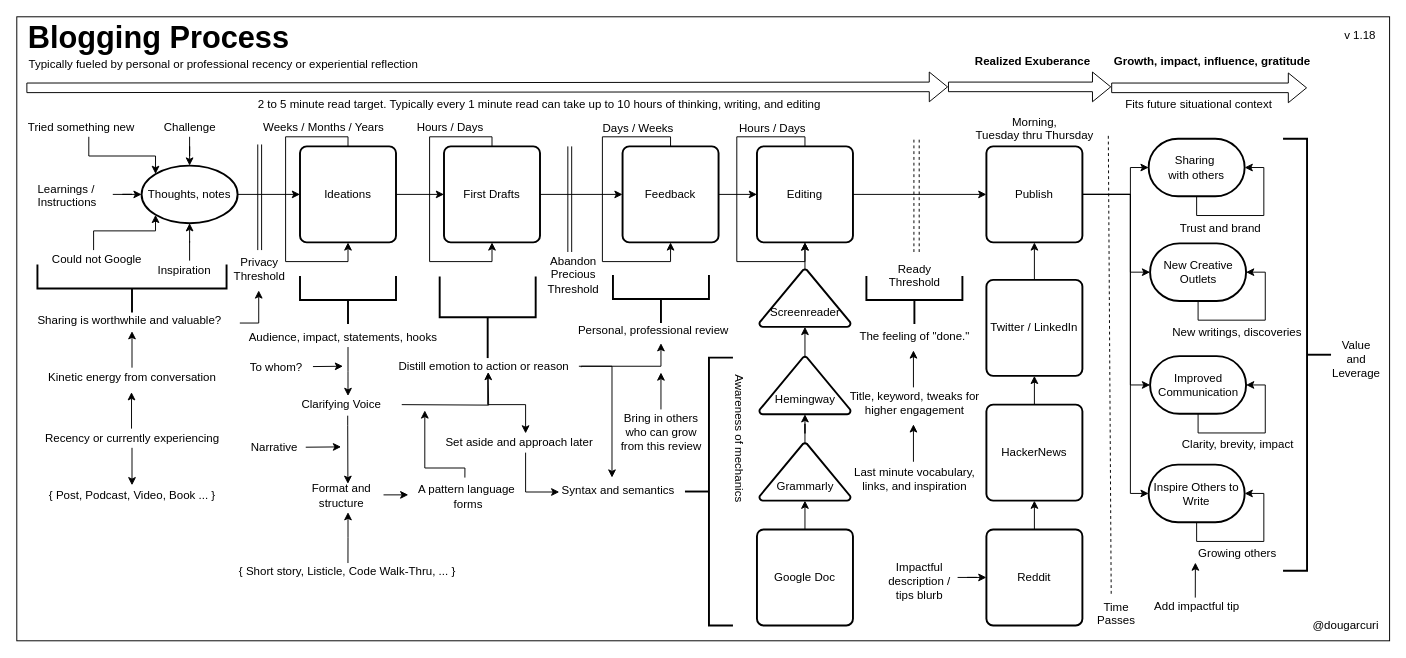
solidi/learning-notes keeps this draw.io diagram as mentoring/diagrams/blogging-process.drawio. Above is the earlier version. Source tidied: cells renumbered, new cells numbered last; positions are measured from the earlier drawing's top-left corner, leaving out a move shared by most shapes. Both pictures are drawn from the tidied source at 96%, with x=0, y=0 at pixel (16, 16).
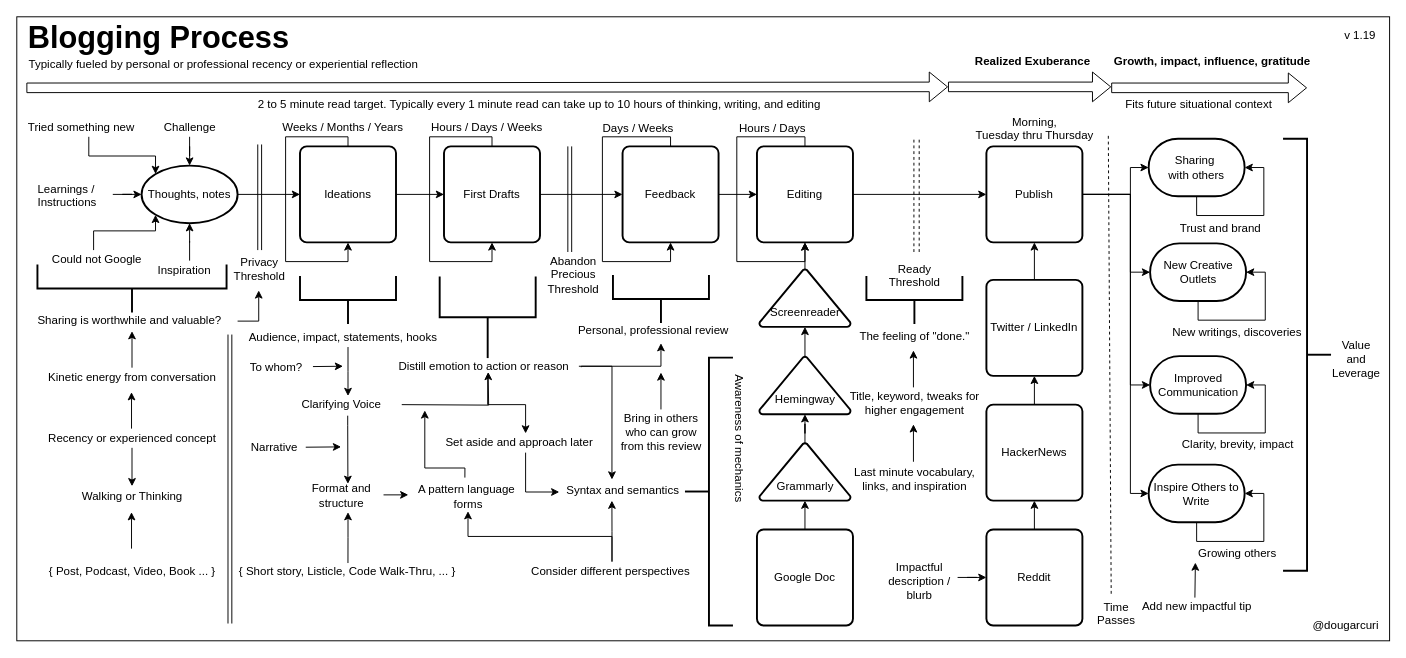
Above is the later version.

Commit message (it also covers changes not shown here):
Add perspective to the blogging dagram. Add walking, inspired by PG

The change refers to these unchanged cells:
```xml
<mxCell id="41" value="Distill emotion to action or reason" style="text;html=1;points=[];align=left;verticalAlign=top;spacingTop=-4;" parent="1" vertex="1">
  <mxGeometry x="395.5" y="354" width="190" height="20" as="geometry" />
</mxCell>
<mxCell id="90" value="Sharing is worthwhile and valuable?" style="text;html=1;points=[];align=left;verticalAlign=top;spacingTop=-4;" parent="1" vertex="1">
  <mxGeometry x="20" y="307" width="210" height="20" as="geometry" />
</mxCell>
<mxCell id="111" value="A pattern language&amp;nbsp;&lt;br&gt;forms" style="text;html=1;align=center;verticalAlign=middle;points=[];" parent="1" vertex="1">
  <mxGeometry x="410" y="485" width="120" height="30" as="geometry" />
</mxCell>
```

Change to the diagram source:
```diff
@@
     <mxCell id="9" value="Weeks / Months / Years" style="text;html=1;align=left;verticalAlign=top;spacingTop=-4;" parent="1" vertex="1">
-      <mxGeometry x="255" y="105" width="140" height="20" as="geometry" />
+      <mxGeometry x="275" y="105" width="140" height="20" as="geometry" />
     </mxCell>
-    <mxCell id="10" value="Hours / Days" style="text;html=1;align=left;verticalAlign=top;spacingTop=-4;" parent="1" vertex="1">
-      <mxGeometry x="415" y="105" width="80" height="20" as="geometry" />
+    <mxCell id="10" value="Hours / Days / Weeks" style="text;html=1;align=left;verticalAlign=top;spacingTop=-4;" parent="1" vertex="1">
+      <mxGeometry x="430" y="105" width="130" height="20" as="geometry" />
     </mxCell>
@@
-    <mxCell id="39" style="edgeStyle=orthogonalEdgeStyle;rounded=0;jettySize=auto;html=1;" parent="1" edge="1" source="41">
+    <mxCell id="39" style="edgeStyle=orthogonalEdgeStyle;rounded=0;jettySize=auto;html=1;entryX=0.415;entryY=-0.1;entryDx=0;entryDy=0;entryPerimeter=0;" parent="1" edge="1" source="41" target="52">
       <mxGeometry relative="1" as="geometry">
-        <mxPoint x="620" y="480" as="targetPoint" />
         <Array as="points">
           <mxPoint x="620" y="364" />
         </Array>
       </mxGeometry>
     </mxCell>
@@
-    <mxCell id="52" value="Syntax and semantics" style="text;html=1;points=[];align=left;verticalAlign=top;spacingTop=-4;" parent="1" vertex="1">
+    <mxCell id="52" value="Syntax and semantics" style="text;html=1;points=[];align=center;verticalAlign=top;spacingTop=-4;" parent="1" vertex="1">
       <mxGeometry x="566" y="484" width="130" height="20" as="geometry" />
     </mxCell>
@@
-    <mxCell id="89" style="edgeStyle=orthogonalEdgeStyle;rounded=0;jettySize=auto;html=1;entryX=0.5;entryY=1;entryDx=0;entryDy=0;entryPerimeter=0;exitX=1.011;exitY=0.6;exitDx=0;exitDy=0;exitPerimeter=0;" parent="1" edge="1" source="90">
+    <mxCell id="89" style="edgeStyle=orthogonalEdgeStyle;rounded=0;jettySize=auto;html=1;entryX=0.5;entryY=1;entryDx=0;entryDy=0;entryPerimeter=0;" parent="1" edge="1" source="90">
       <mxGeometry relative="1" as="geometry">
         <mxPoint x="252" y="285" as="targetPoint" />
+        <Array as="points">
+          <mxPoint x="252" y="317" />
+        </Array>
       </mxGeometry>
     </mxCell>
@@
-    <mxCell id="121" value="v 1.18" style="text;html=1;align=center;verticalAlign=middle;" parent="1" vertex="1">
+    <mxCell id="121" value="v 1.19" style="text;html=1;align=center;verticalAlign=middle;" parent="1" vertex="1">
       <mxGeometry x="1374" y="10" width="50" height="20" as="geometry" />
     </mxCell>
@@
-    <mxCell id="124" value="Recency or currently experiencing" style="text;html=1;points=[];align=center;verticalAlign=top;spacingTop=-4;" parent="1" vertex="1">
-      <mxGeometry x="20" y="429" width="200" height="20" as="geometry" />
+    <mxCell id="124" value="Recency or experienced concept" style="text;html=1;points=[];align=center;verticalAlign=top;spacingTop=-4;" parent="1" vertex="1">
+      <mxGeometry x="25" y="429" width="190" height="20" as="geometry" />
     </mxCell>
@@
-    <mxCell id="126" value="Add impactful tip" style="text;html=1;points=[];align=center;verticalAlign=top;spacingTop=-4;" parent="1" vertex="1">
-      <mxGeometry x="1179" y="604" width="100" height="20" as="geometry" />
+    <mxCell id="126" value="Add new impactful tip" style="text;html=1;points=[];align=center;verticalAlign=top;spacingTop=-4;" parent="1" vertex="1">
+      <mxGeometry x="1164" y="604" width="130" height="20" as="geometry" />
     </mxCell>
@@
-    <mxCell id="129" value="Impactful &lt;br&gt;description /&lt;br&gt;tips blurb" style="text;html=1;points=[];align=center;verticalAlign=top;spacingTop=-4;" parent="1" vertex="1">
+    <mxCell id="129" value="Impactful &lt;br&gt;description / &lt;br&gt;blurb" style="text;html=1;points=[];align=center;verticalAlign=top;spacingTop=-4;" parent="1" vertex="1">
       <mxGeometry x="900" y="564" width="80" height="40" as="geometry" />
     </mxCell>
@@
-    <mxCell id="133" value="{ Post, Podcast, Video, Book ... }" style="text;html=1;align=center;verticalAlign=middle;points=[];" parent="1" vertex="1">
-      <mxGeometry x="25" y="489" width="190" height="20" as="geometry" />
+    <mxCell id="133" value="Walking or Thinking" style="text;html=1;align=center;verticalAlign=middle;points=[];" parent="1" vertex="1">
+      <mxGeometry x="60" y="490" width="120" height="20" as="geometry" />
     </mxCell>
+    <mxCell id="134" value="{ Post, Podcast, Video, Book ... }" style="text;html=1;align=center;verticalAlign=middle;" parent="1" vertex="1">
+      <mxGeometry x="25" y="567.5" width="190" height="20" as="geometry" />
+    </mxCell>
+    <mxCell id="135" style="edgeStyle=orthogonalEdgeStyle;rounded=0;orthogonalLoop=1;jettySize=auto;html=1;exitX=0.5;exitY=0;exitDx=0;exitDy=0;entryX=0.5;entryY=1;entryDx=0;entryDy=0;" parent="1" edge="1">
+      <mxGeometry relative="1" as="geometry">
+        <mxPoint x="119.5" y="554" as="sourcePoint" />
+        <mxPoint x="119.5" y="516" as="targetPoint" />
+      </mxGeometry>
+    </mxCell>
+    <mxCell id="136" style="edgeStyle=orthogonalEdgeStyle;rounded=0;jettySize=auto;html=1;entryX=0.438;entryY=1;entryDx=0;entryDy=0;entryPerimeter=0;" parent="1" edge="1" source="138">
+      <mxGeometry relative="1" as="geometry">
+        <mxPoint x="619.9" y="504" as="targetPoint" />
+      </mxGeometry>
+    </mxCell>
+    <mxCell id="137" style="edgeStyle=orthogonalEdgeStyle;rounded=0;jettySize=auto;html=1;" parent="1" edge="1" source="138" target="111">
+      <mxGeometry relative="1" as="geometry" />
+    </mxCell>
+    <mxCell id="138" value="Consider different perspectives&amp;nbsp;" style="text;html=1;points=[];align=center;verticalAlign=top;spacingTop=-4;" parent="1" vertex="1">
+      <mxGeometry x="530" y="567.5" width="180" height="20" as="geometry" />
+    </mxCell>
+    <mxCell id="139" style="shape=link;html=1;" parent="1" edge="1">
+      <mxGeometry relative="1" as="geometry">
+        <mxPoint x="222" y="632" as="sourcePoint" />
+        <mxPoint x="222" y="331" as="targetPoint" />
+      </mxGeometry>
+    </mxCell>
```
